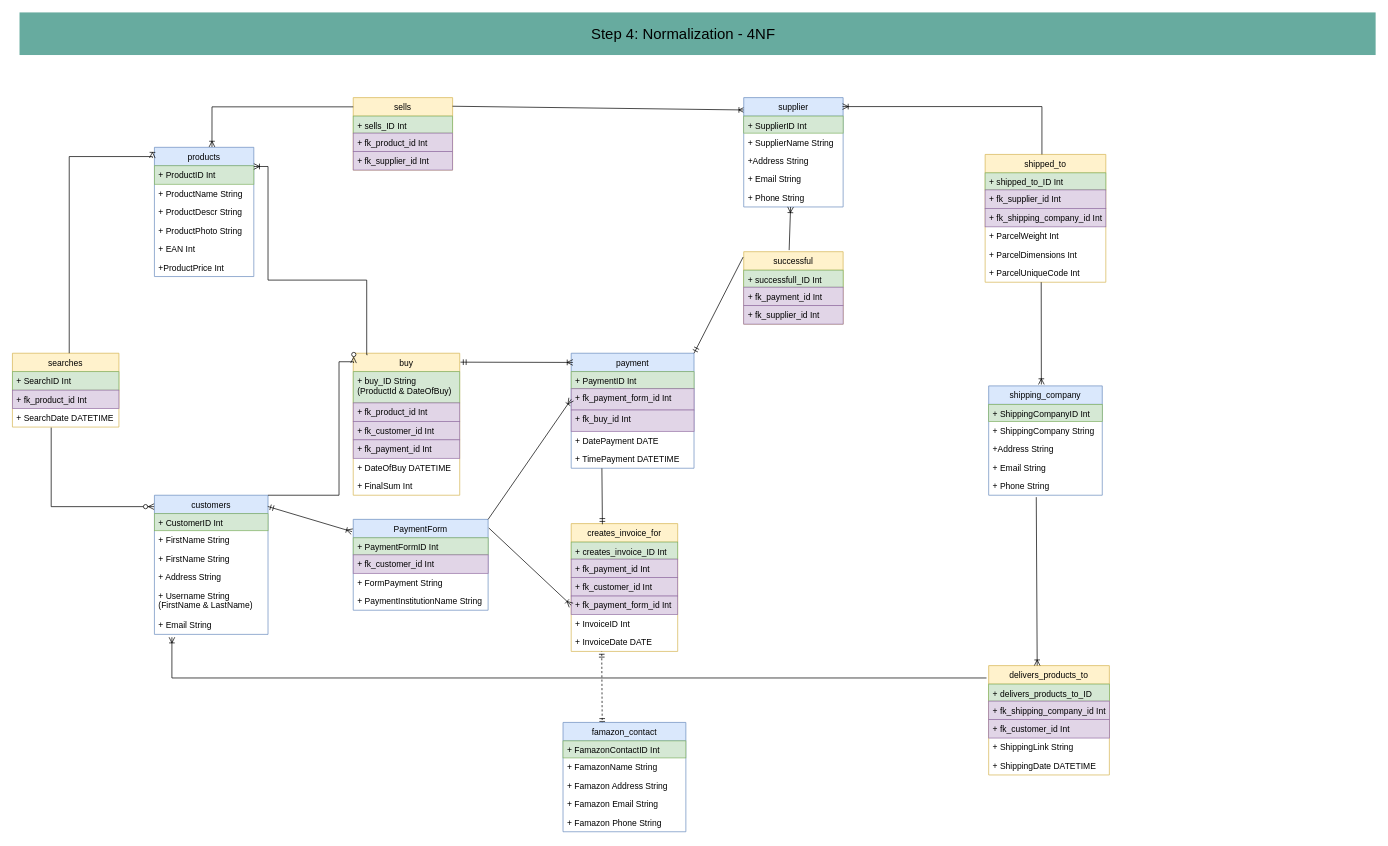
This is diagrammes/drawios/CR_4NF_diagramme.drawio from nat-oku/FE21-CR9-Natalia, a draw.io file, before an edit. Source tidied: cells renumbered, new cells numbered last; positions are measured from the earlier drawing's top-left corner, leaving out a move shared by most shapes. Both pictures are drawn from the tidied source at 71%, with x=0, y=0 at pixel (12, 12).
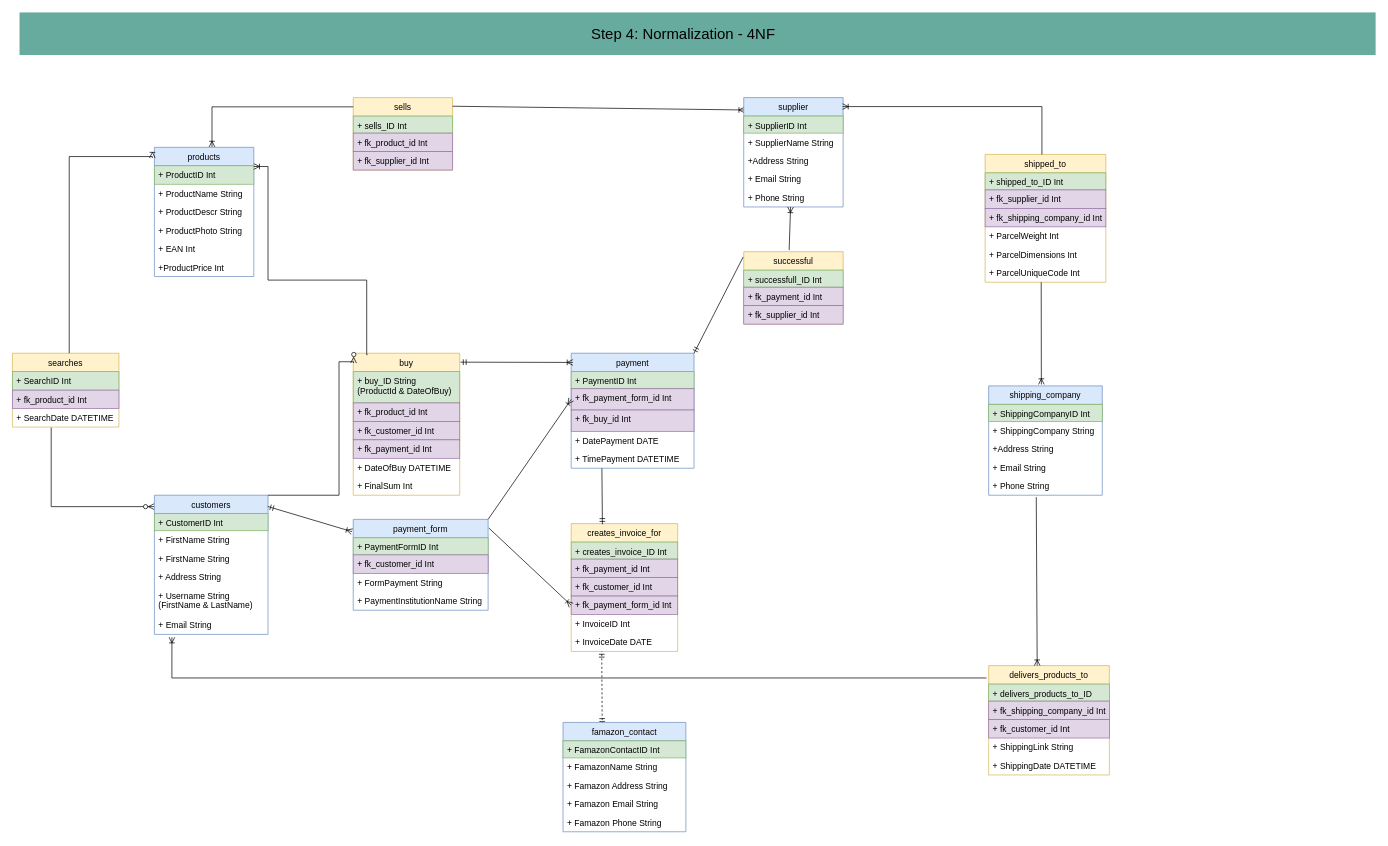
The same page after the edit.

Change to the diagram source:
```diff
@@
-    <mxCell id="96" value="PaymentForm" style="swimlane;fontStyle=0;horizontal=1;startSize=26;fillColor=#dae8fc;strokeColor=#6c8ebf;" parent="1" vertex="1">
+    <mxCell id="96" value="payment_form" style="swimlane;fontStyle=0;horizontal=1;startSize=26;fillColor=#dae8fc;strokeColor=#6c8ebf;" parent="1" vertex="1">
       <mxGeometry x="480" y="714" width="190" height="128" as="geometry" />
     </mxCell>
```
